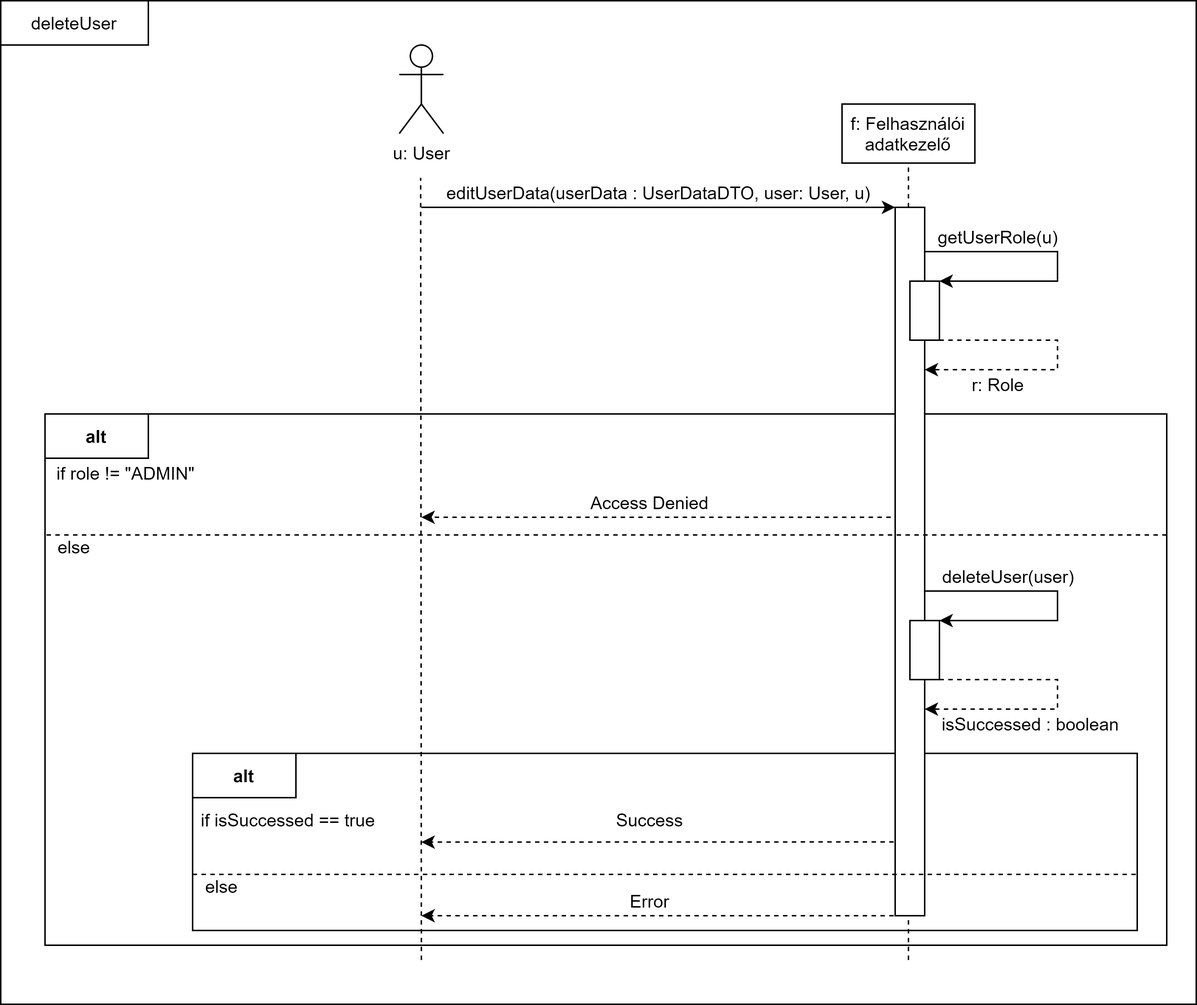
The draw.io diagram img/seq/delete-user.png in gurubib/pangolin-webshop, before a commit. Source tidied: cells renumbered, new cells last; positions are measured from the earlier drawing's top-left corner, leaving out a move shared by most shapes. The source it was exported from:
```xml
<mxGraphModel>
  <root>
    <mxCell id="0" />
    <mxCell id="1" parent="0" />
    <mxCell id="2" style="rounded=0;whiteSpace=wrap;html=1;" parent="1" vertex="1">
      <mxGeometry width="810" height="680" as="geometry" />
    </mxCell>
    <mxCell id="3" style="rounded=0;whiteSpace=wrap;html=1;" parent="1" vertex="1">
      <mxGeometry x="30" y="280" width="760" height="360" as="geometry" />
    </mxCell>
    <mxCell id="4" style="rounded=0;whiteSpace=wrap;html=1;" parent="1" vertex="1">
      <mxGeometry x="130" y="510" width="640" height="120" as="geometry" />
    </mxCell>
    <mxCell id="5" value="&lt;b&gt;alt&lt;/b&gt;" style="rounded=0;whiteSpace=wrap;html=1;" parent="1" vertex="1">
      <mxGeometry x="30" y="280" width="70" height="30" as="geometry" />
    </mxCell>
    <mxCell id="6" value="u: User" style="shape=umlActor;verticalLabelPosition=bottom;verticalAlign=top;html=1;" parent="1" vertex="1">
      <mxGeometry x="270" y="30" width="30" height="60" as="geometry" />
    </mxCell>
    <mxCell id="7" value="f: Felhasználói adatkezelő" style="rounded=0;whiteSpace=wrap;html=1;" parent="1" vertex="1">
      <mxGeometry x="570" y="70" width="90" height="40" as="geometry" />
    </mxCell>
    <mxCell id="8" style="endArrow=none;dashed=1;html=1;" parent="1" edge="1">
      <mxGeometry relative="1" as="geometry">
        <mxPoint x="285" y="650" as="sourcePoint" />
        <mxPoint x="284.5" y="120" as="targetPoint" />
      </mxGeometry>
    </mxCell>
    <mxCell id="9" style="endArrow=none;dashed=1;html=1;entryX=0.5;entryY=1;entryDx=0;entryDy=0;" parent="1" edge="1" target="7">
      <mxGeometry relative="1" as="geometry">
        <mxPoint x="615" y="650" as="sourcePoint" />
      </mxGeometry>
    </mxCell>
    <mxCell id="10" style="endArrow=classic;html=1;entryX=0;entryY=0;entryDx=0;entryDy=0;" parent="1" edge="1" target="15">
      <mxGeometry relative="1" as="geometry">
        <mxPoint x="285" y="140" as="sourcePoint" />
      </mxGeometry>
    </mxCell>
    <mxCell id="11" value="editUserData(userData : UserDataDTO, user: User, u)" style="text;html=1;strokeColor=none;fillColor=none;align=center;verticalAlign=middle;whiteSpace=wrap;rounded=0;" parent="1" vertex="1">
      <mxGeometry x="276" y="120" width="340" height="20" as="geometry" />
    </mxCell>
    <mxCell id="12" style="endArrow=classic;html=1;rounded=0;entryX=1;entryY=0;entryDx=0;entryDy=0;" parent="1" edge="1" target="16">
      <mxGeometry relative="1" as="geometry">
        <mxPoint x="626" y="170" as="sourcePoint" />
        <Array as="points">
          <mxPoint x="716" y="170" />
          <mxPoint x="716" y="190" />
        </Array>
      </mxGeometry>
    </mxCell>
    <mxCell id="13" value="getUserRole(u)" style="text;html=1;strokeColor=none;fillColor=none;align=center;verticalAlign=middle;whiteSpace=wrap;rounded=0;" parent="1" vertex="1">
      <mxGeometry x="616" y="150" width="120" height="20" as="geometry" />
    </mxCell>
    <mxCell id="14" style="endArrow=classic;html=1;exitX=1;exitY=1;exitDx=0;exitDy=0;rounded=0;dashed=1;" parent="1" edge="1" source="16">
      <mxGeometry relative="1" as="geometry">
        <mxPoint x="626" y="250" as="targetPoint" />
        <Array as="points">
          <mxPoint x="716" y="230" />
          <mxPoint x="716" y="250" />
        </Array>
      </mxGeometry>
    </mxCell>
    <mxCell id="15" style="rounded=0;whiteSpace=wrap;html=1;" parent="1" vertex="1">
      <mxGeometry x="606" y="140" width="20" height="480" as="geometry" />
    </mxCell>
    <mxCell id="16" style="rounded=0;whiteSpace=wrap;html=1;" parent="1" vertex="1">
      <mxGeometry x="616" y="190" width="20" height="40" as="geometry" />
    </mxCell>
    <mxCell id="17" value="r: Role" style="text;html=1;strokeColor=none;fillColor=none;align=center;verticalAlign=middle;whiteSpace=wrap;rounded=0;" parent="1" vertex="1">
      <mxGeometry x="656" y="250" width="40" height="20" as="geometry" />
    </mxCell>
    <mxCell id="18" value="if role != &quot;ADMIN&quot;" style="text;html=1;strokeColor=none;fillColor=none;align=center;verticalAlign=middle;whiteSpace=wrap;rounded=0;" parent="1" vertex="1">
      <mxGeometry x="30" y="310" width="110" height="20" as="geometry" />
    </mxCell>
    <mxCell id="19" style="endArrow=none;dashed=1;html=1;" parent="1" edge="1">
      <mxGeometry relative="1" as="geometry">
        <mxPoint x="790" y="362" as="sourcePoint" />
        <mxPoint x="30" y="362" as="targetPoint" />
      </mxGeometry>
    </mxCell>
    <mxCell id="20" style="endArrow=classic;html=1;rounded=0;dashed=1;" parent="1" edge="1">
      <mxGeometry relative="1" as="geometry">
        <mxPoint x="603" y="350" as="sourcePoint" />
        <mxPoint x="285" y="350" as="targetPoint" />
      </mxGeometry>
    </mxCell>
    <mxCell id="21" value="Access Denied" style="text;html=1;strokeColor=none;fillColor=none;align=center;verticalAlign=middle;whiteSpace=wrap;rounded=0;" parent="1" vertex="1">
      <mxGeometry x="390" y="330" width="100" height="20" as="geometry" />
    </mxCell>
    <mxCell id="22" value="else" style="text;html=1;strokeColor=none;fillColor=none;align=center;verticalAlign=middle;whiteSpace=wrap;rounded=0;" parent="1" vertex="1">
      <mxGeometry x="30" y="360" width="40" height="20" as="geometry" />
    </mxCell>
    <mxCell id="23" style="endArrow=classic;html=1;rounded=0;entryX=1;entryY=0;entryDx=0;entryDy=0;" parent="1" edge="1" target="26">
      <mxGeometry relative="1" as="geometry">
        <mxPoint x="626" y="400" as="sourcePoint" />
        <Array as="points">
          <mxPoint x="716" y="400" />
          <mxPoint x="716" y="420" />
        </Array>
      </mxGeometry>
    </mxCell>
    <mxCell id="24" value="deleteUser(user)" style="text;html=1;strokeColor=none;fillColor=none;align=center;verticalAlign=middle;whiteSpace=wrap;rounded=0;" parent="1" vertex="1">
      <mxGeometry x="616" y="380" width="134" height="20" as="geometry" />
    </mxCell>
    <mxCell id="25" style="endArrow=classic;html=1;exitX=1;exitY=1;exitDx=0;exitDy=0;rounded=0;dashed=1;" parent="1" edge="1" source="26">
      <mxGeometry relative="1" as="geometry">
        <mxPoint x="626" y="480" as="targetPoint" />
        <Array as="points">
          <mxPoint x="716" y="460" />
          <mxPoint x="716" y="480" />
        </Array>
      </mxGeometry>
    </mxCell>
    <mxCell id="26" style="rounded=0;whiteSpace=wrap;html=1;" parent="1" vertex="1">
      <mxGeometry x="616" y="420" width="20" height="40" as="geometry" />
    </mxCell>
    <mxCell id="27" value="isSuccessed : boolean" style="text;html=1;strokeColor=none;fillColor=none;align=center;verticalAlign=middle;whiteSpace=wrap;rounded=0;" parent="1" vertex="1">
      <mxGeometry x="636" y="480" width="124" height="20" as="geometry" />
    </mxCell>
    <mxCell id="28" value="&lt;b&gt;alt&lt;/b&gt;" style="rounded=0;whiteSpace=wrap;html=1;" parent="1" vertex="1">
      <mxGeometry x="130" y="510" width="70" height="30" as="geometry" />
    </mxCell>
    <mxCell id="29" value="if isSuccessed == true" style="text;html=1;strokeColor=none;fillColor=none;align=center;verticalAlign=middle;whiteSpace=wrap;rounded=0;" parent="1" vertex="1">
      <mxGeometry x="130" y="545" width="130" height="20" as="geometry" />
    </mxCell>
    <mxCell id="30" style="endArrow=classic;html=1;exitX=-0.133;exitY=0.396;exitDx=0;exitDy=0;exitPerimeter=0;rounded=0;dashed=1;" parent="1" edge="1">
      <mxGeometry relative="1" as="geometry">
        <mxPoint x="605" y="570" as="sourcePoint" />
        <mxPoint x="285" y="570.1" as="targetPoint" />
      </mxGeometry>
    </mxCell>
    <mxCell id="31" style="endArrow=classic;html=1;exitX=-0.133;exitY=0.396;exitDx=0;exitDy=0;exitPerimeter=0;rounded=0;dashed=1;" parent="1" edge="1">
      <mxGeometry relative="1" as="geometry">
        <mxPoint x="605" y="620" as="sourcePoint" />
        <mxPoint x="285" y="620" as="targetPoint" />
      </mxGeometry>
    </mxCell>
    <mxCell id="32" style="endArrow=none;dashed=1;html=1;" parent="1" edge="1">
      <mxGeometry relative="1" as="geometry">
        <mxPoint x="130" y="592" as="sourcePoint" />
        <mxPoint x="770" y="592" as="targetPoint" />
      </mxGeometry>
    </mxCell>
    <mxCell id="33" value="else" style="text;html=1;strokeColor=none;fillColor=none;align=center;verticalAlign=middle;whiteSpace=wrap;rounded=0;" parent="1" vertex="1">
      <mxGeometry x="130" y="590" width="40" height="20" as="geometry" />
    </mxCell>
    <mxCell id="34" value="Success" style="text;html=1;strokeColor=none;fillColor=none;align=center;verticalAlign=middle;whiteSpace=wrap;rounded=0;" parent="1" vertex="1">
      <mxGeometry x="420" y="545" width="40" height="20" as="geometry" />
    </mxCell>
    <mxCell id="35" value="Error" style="text;html=1;strokeColor=none;fillColor=none;align=center;verticalAlign=middle;whiteSpace=wrap;rounded=0;" parent="1" vertex="1">
      <mxGeometry x="420" y="600" width="40" height="20" as="geometry" />
    </mxCell>
    <mxCell id="36" value="deleteUser" style="rounded=0;whiteSpace=wrap;html=1;" parent="1" vertex="1">
      <mxGeometry width="100" height="30" as="geometry" />
    </mxCell>
  </root>
</mxGraphModel>
```
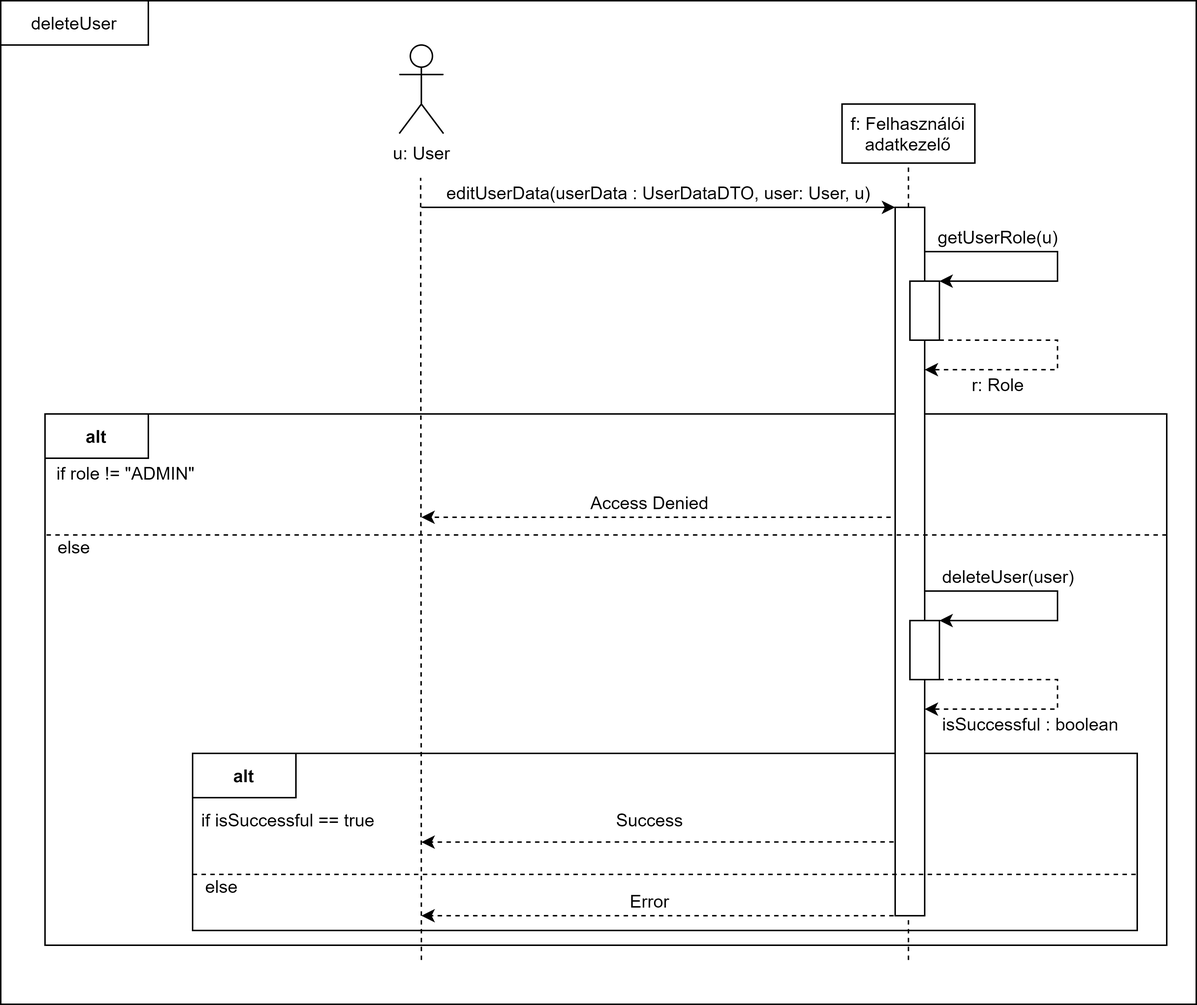
The same file after the commit.

Change to the diagram source:
```diff
@@ -114,13 +114,13 @@
     <mxCell id="26" style="rounded=0;whiteSpace=wrap;html=1;" parent="1" vertex="1">
       <mxGeometry x="616" y="420" width="20" height="40" as="geometry" />
     </mxCell>
-    <mxCell id="27" value="isSuccessed : boolean" style="text;html=1;strokeColor=none;fillColor=none;align=center;verticalAlign=middle;whiteSpace=wrap;rounded=0;" parent="1" vertex="1">
+    <mxCell id="27" value="isSuccessful : boolean" style="text;html=1;strokeColor=none;fillColor=none;align=center;verticalAlign=middle;whiteSpace=wrap;rounded=0;" parent="1" vertex="1">
       <mxGeometry x="636" y="480" width="124" height="20" as="geometry" />
     </mxCell>
     <mxCell id="28" value="&lt;b&gt;alt&lt;/b&gt;" style="rounded=0;whiteSpace=wrap;html=1;" parent="1" vertex="1">
       <mxGeometry x="130" y="510" width="70" height="30" as="geometry" />
     </mxCell>
-    <mxCell id="29" value="if isSuccessed == true" style="text;html=1;strokeColor=none;fillColor=none;align=center;verticalAlign=middle;whiteSpace=wrap;rounded=0;" parent="1" vertex="1">
+    <mxCell id="29" value="if isSuccessful == true" style="text;html=1;strokeColor=none;fillColor=none;align=center;verticalAlign=middle;whiteSpace=wrap;rounded=0;" parent="1" vertex="1">
       <mxGeometry x="130" y="545" width="130" height="20" as="geometry" />
     </mxCell>
     <mxCell id="30" style="endArrow=classic;html=1;exitX=-0.133;exitY=0.396;exitDx=0;exitDy=0;exitPerimeter=0;rounded=0;dashed=1;" parent="1" edge="1">
```
